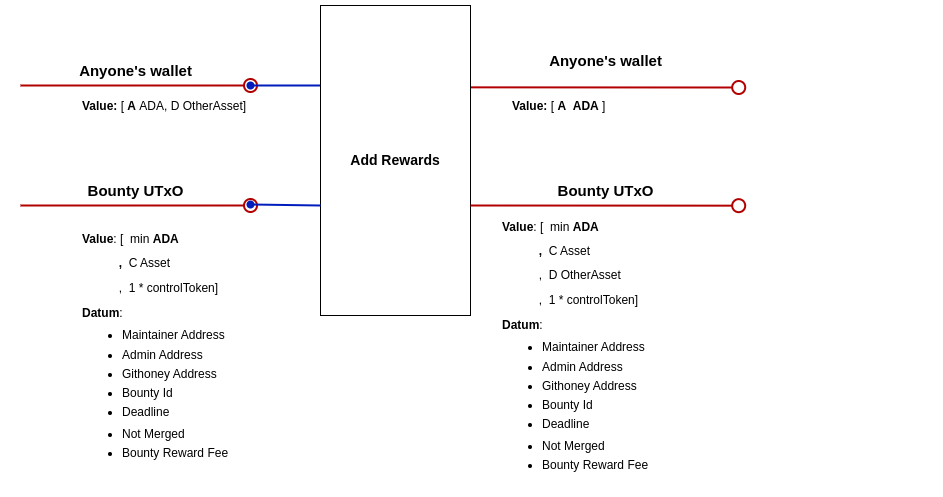
Earlier version of the draw.io export docs/img/addRewards.png (githoney-io/githoney-smart-contract). Source tidied: cells renumbered, new cells last; positions are measured from the earlier drawing's top-left corner, leaving out a move shared by most shapes.
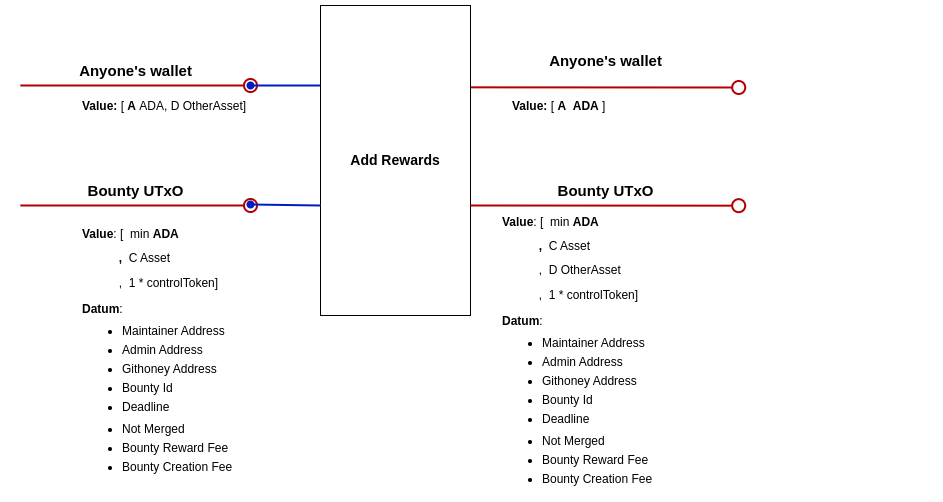
The same diagram one commit later.

Commit message:
Adding creation Fee to datum

Diff of the diagram source:
```diff
@@ -41,7 +41,7 @@
         <mxPoint x="718.2" y="200.2" as="targetPoint" />
       </mxGeometry>
     </mxCell>
-    <mxCell id="11" value="&lt;p style=&quot;line-height: 100%;&quot;&gt;&lt;b&gt;Value&lt;/b&gt;: [&amp;nbsp; min&lt;b&gt;&amp;nbsp;ADA&lt;/b&gt;&lt;/p&gt;&lt;p style=&quot;line-height: 100%;&quot;&gt;&lt;b&gt;&lt;span style=&quot;white-space: pre;&quot;&gt;&#9;&lt;/span&gt;&amp;nbsp; &amp;nbsp;,&amp;nbsp; &lt;/b&gt;C Asset&lt;br&gt;&lt;/p&gt;&lt;span style=&quot;background-color: initial;&quot;&gt;&amp;nbsp; &amp;nbsp; &amp;nbsp; &amp;nbsp; &amp;nbsp; &amp;nbsp;,&amp;nbsp; 1 * controlToken&lt;/span&gt;&lt;span style=&quot;background-color: initial;&quot;&gt;]&amp;nbsp;&lt;/span&gt;&lt;div&gt;&lt;div&gt;&lt;p style=&quot;line-height: 100%;&quot;&gt;&lt;b&gt;Datum&lt;/b&gt;:&lt;/p&gt;&lt;ul style=&quot;line-height: 80%;&quot;&gt;&lt;li&gt;Maintainer Address&lt;/li&gt;&lt;br&gt;&lt;li&gt;Admin Address&amp;nbsp; &lt;br&gt;&lt;br&gt;&lt;/li&gt;&lt;li&gt;Githoney Address&lt;br&gt;&lt;br&gt;&lt;/li&gt;&lt;li&gt;Bounty Id&lt;br&gt;&amp;nbsp; &amp;nbsp; &amp;nbsp;&lt;/li&gt;&lt;li&gt;Deadline&lt;/li&gt;&lt;/ul&gt;&lt;ul style=&quot;line-height: 80%;&quot;&gt;&lt;li&gt;Not Merged&lt;br&gt;&lt;br&gt;&lt;/li&gt;&lt;li&gt;Bounty Reward Fee&lt;br&gt;&lt;br&gt;&lt;/li&gt;&lt;/ul&gt;&lt;p&gt;&lt;/p&gt;&lt;/div&gt;&lt;/div&gt;" style="text;html=1;strokeColor=none;fillColor=none;align=left;verticalAlign=middle;whiteSpace=wrap;rounded=0;" parent="1" vertex="1">
+    <mxCell id="11" value="&lt;p style=&quot;line-height: 100%;&quot;&gt;&lt;b&gt;Value&lt;/b&gt;: [&amp;nbsp; min&lt;b&gt;&amp;nbsp;ADA&lt;/b&gt;&lt;/p&gt;&lt;p style=&quot;line-height: 100%;&quot;&gt;&lt;b&gt;&lt;span style=&quot;white-space: pre;&quot;&gt;&#9;&lt;/span&gt;&amp;nbsp; &amp;nbsp;,&amp;nbsp; &lt;/b&gt;C Asset&lt;br&gt;&lt;/p&gt;&lt;span style=&quot;background-color: initial;&quot;&gt;&amp;nbsp; &amp;nbsp; &amp;nbsp; &amp;nbsp; &amp;nbsp; &amp;nbsp;,&amp;nbsp; 1 * controlToken&lt;/span&gt;&lt;span style=&quot;background-color: initial;&quot;&gt;]&amp;nbsp;&lt;/span&gt;&lt;div&gt;&lt;div&gt;&lt;p style=&quot;line-height: 100%;&quot;&gt;&lt;b&gt;Datum&lt;/b&gt;:&lt;/p&gt;&lt;ul style=&quot;line-height: 80%;&quot;&gt;&lt;li&gt;Maintainer Address&lt;/li&gt;&lt;br&gt;&lt;li&gt;Admin Address&amp;nbsp; &lt;br&gt;&lt;br&gt;&lt;/li&gt;&lt;li&gt;Githoney Address&lt;br&gt;&lt;br&gt;&lt;/li&gt;&lt;li&gt;Bounty Id&lt;br&gt;&amp;nbsp; &amp;nbsp; &amp;nbsp;&lt;/li&gt;&lt;li&gt;Deadline&lt;/li&gt;&lt;/ul&gt;&lt;ul style=&quot;line-height: 80%;&quot;&gt;&lt;li&gt;Not Merged&lt;br&gt;&lt;br&gt;&lt;/li&gt;&lt;li&gt;Bounty Reward Fee&lt;br&gt;&lt;br&gt;&lt;/li&gt;&lt;li&gt;Bounty Creation Fee&lt;/li&gt;&lt;/ul&gt;&lt;p&gt;&lt;/p&gt;&lt;/div&gt;&lt;/div&gt;" style="text;html=1;strokeColor=none;fillColor=none;align=left;verticalAlign=middle;whiteSpace=wrap;rounded=0;" parent="1" vertex="1">
       <mxGeometry x="60" y="220" width="437.4" height="250" as="geometry" />
     </mxCell>
     <mxCell id="12" value="&lt;font style=&quot;font-size: 15px;&quot;&gt;&lt;b style=&quot;font-size: 12px;&quot;&gt;&lt;font style=&quot;font-size: 15px;&quot;&gt;Anyone's wallet&lt;/font&gt;&lt;/b&gt;&lt;b&gt;&lt;br&gt;&lt;/b&gt;&lt;/font&gt;" style="text;html=1;align=center;verticalAlign=middle;strokeColor=none;fillColor=none;" parent="1" vertex="1">
@@ -62,7 +62,7 @@
     <mxCell id="15" value="&lt;font style=&quot;font-size: 15px;&quot;&gt;&lt;b&gt;Bounty UTxO&lt;/b&gt;&lt;/font&gt;" style="text;html=1;align=center;verticalAlign=middle;strokeColor=none;fillColor=none;" parent="1" vertex="1">
       <mxGeometry x="55" y="170" width="120" height="30" as="geometry" />
     </mxCell>
-    <mxCell id="16" value="&lt;p style=&quot;line-height: 100%;&quot;&gt;&lt;b&gt;Value&lt;/b&gt;: [&amp;nbsp; min&lt;b&gt;&amp;nbsp;ADA&lt;/b&gt;&lt;/p&gt;&lt;p style=&quot;line-height: 100%;&quot;&gt;&lt;b&gt;&lt;span style=&quot;white-space: pre;&quot;&gt;&#9;&lt;/span&gt;&amp;nbsp; &amp;nbsp;,&amp;nbsp; &lt;/b&gt;C Asset&lt;br&gt;&lt;/p&gt;&lt;p style=&quot;line-height: 100%;&quot;&gt;&lt;span style=&quot;white-space: pre;&quot;&gt;&#9;&lt;/span&gt;&amp;nbsp; &amp;nbsp;,&amp;nbsp;&amp;nbsp;&lt;span style=&quot;background-color: initial;&quot;&gt;D OtherAsset&lt;/span&gt;&lt;br&gt;&lt;/p&gt;&lt;span style=&quot;background-color: initial;&quot;&gt;&amp;nbsp; &amp;nbsp; &amp;nbsp; &amp;nbsp; &amp;nbsp; &amp;nbsp;,&amp;nbsp; 1 * controlToken&lt;/span&gt;&lt;span style=&quot;background-color: initial;&quot;&gt;]&amp;nbsp;&lt;/span&gt;&lt;div&gt;&lt;div&gt;&lt;p style=&quot;line-height: 100%;&quot;&gt;&lt;b&gt;Datum&lt;/b&gt;:&lt;/p&gt;&lt;ul style=&quot;line-height: 80%;&quot;&gt;&lt;li&gt;Maintainer Address&lt;/li&gt;&lt;br&gt;&lt;li&gt;Admin Address&amp;nbsp; &amp;nbsp; &lt;br&gt;&lt;br&gt;&lt;/li&gt;&lt;li&gt;Githoney Address&amp;nbsp;&amp;nbsp;&lt;br&gt;&lt;br&gt;&lt;/li&gt;&lt;li&gt;Bounty Id&lt;br&gt;&amp;nbsp; &amp;nbsp; &amp;nbsp;&lt;/li&gt;&lt;li&gt;Deadline&lt;/li&gt;&lt;/ul&gt;&lt;ul style=&quot;line-height: 80%;&quot;&gt;&lt;li&gt;Not Merged&lt;br&gt;&lt;br&gt;&lt;/li&gt;&lt;li&gt;Bounty Reward Fee&lt;br&gt;&lt;br&gt;&lt;/li&gt;&lt;/ul&gt;&lt;p&gt;&lt;/p&gt;&lt;/div&gt;&lt;/div&gt;" style="text;html=1;strokeColor=none;fillColor=none;align=left;verticalAlign=middle;whiteSpace=wrap;rounded=0;" parent="1" vertex="1">
+    <mxCell id="16" value="&lt;p style=&quot;line-height: 100%;&quot;&gt;&lt;b&gt;Value&lt;/b&gt;: [&amp;nbsp; min&lt;b&gt;&amp;nbsp;ADA&lt;/b&gt;&lt;/p&gt;&lt;p style=&quot;line-height: 100%;&quot;&gt;&lt;b&gt;&lt;span style=&quot;white-space: pre;&quot;&gt;&#9;&lt;/span&gt;&amp;nbsp; &amp;nbsp;,&amp;nbsp; &lt;/b&gt;C Asset&lt;br&gt;&lt;/p&gt;&lt;p style=&quot;line-height: 100%;&quot;&gt;&lt;span style=&quot;white-space: pre;&quot;&gt;&#9;&lt;/span&gt;&amp;nbsp; &amp;nbsp;,&amp;nbsp;&amp;nbsp;&lt;span style=&quot;background-color: initial;&quot;&gt;D OtherAsset&lt;/span&gt;&lt;br&gt;&lt;/p&gt;&lt;span style=&quot;background-color: initial;&quot;&gt;&amp;nbsp; &amp;nbsp; &amp;nbsp; &amp;nbsp; &amp;nbsp; &amp;nbsp;,&amp;nbsp; 1 * controlToken&lt;/span&gt;&lt;span style=&quot;background-color: initial;&quot;&gt;]&amp;nbsp;&lt;/span&gt;&lt;div&gt;&lt;div&gt;&lt;p style=&quot;line-height: 100%;&quot;&gt;&lt;b&gt;Datum&lt;/b&gt;:&lt;/p&gt;&lt;ul style=&quot;line-height: 80%;&quot;&gt;&lt;li&gt;Maintainer Address&lt;/li&gt;&lt;br&gt;&lt;li&gt;Admin Address&amp;nbsp; &amp;nbsp; &lt;br&gt;&lt;br&gt;&lt;/li&gt;&lt;li&gt;Githoney Address&amp;nbsp;&amp;nbsp;&lt;br&gt;&lt;br&gt;&lt;/li&gt;&lt;li&gt;Bounty Id&lt;br&gt;&amp;nbsp; &amp;nbsp; &amp;nbsp;&lt;/li&gt;&lt;li&gt;Deadline&lt;/li&gt;&lt;/ul&gt;&lt;ul style=&quot;line-height: 80%;&quot;&gt;&lt;li&gt;Not Merged&lt;br&gt;&lt;br&gt;&lt;/li&gt;&lt;li&gt;Bounty Reward Fee&lt;br&gt;&lt;br&gt;&lt;/li&gt;&lt;li&gt;Bounty Creation Fee&lt;/li&gt;&lt;/ul&gt;&lt;p&gt;&lt;/p&gt;&lt;/div&gt;&lt;/div&gt;" style="text;html=1;strokeColor=none;fillColor=none;align=left;verticalAlign=middle;whiteSpace=wrap;rounded=0;" parent="1" vertex="1">
       <mxGeometry x="480" y="220" width="437.4" height="250" as="geometry" />
     </mxCell>
   </root>
```
